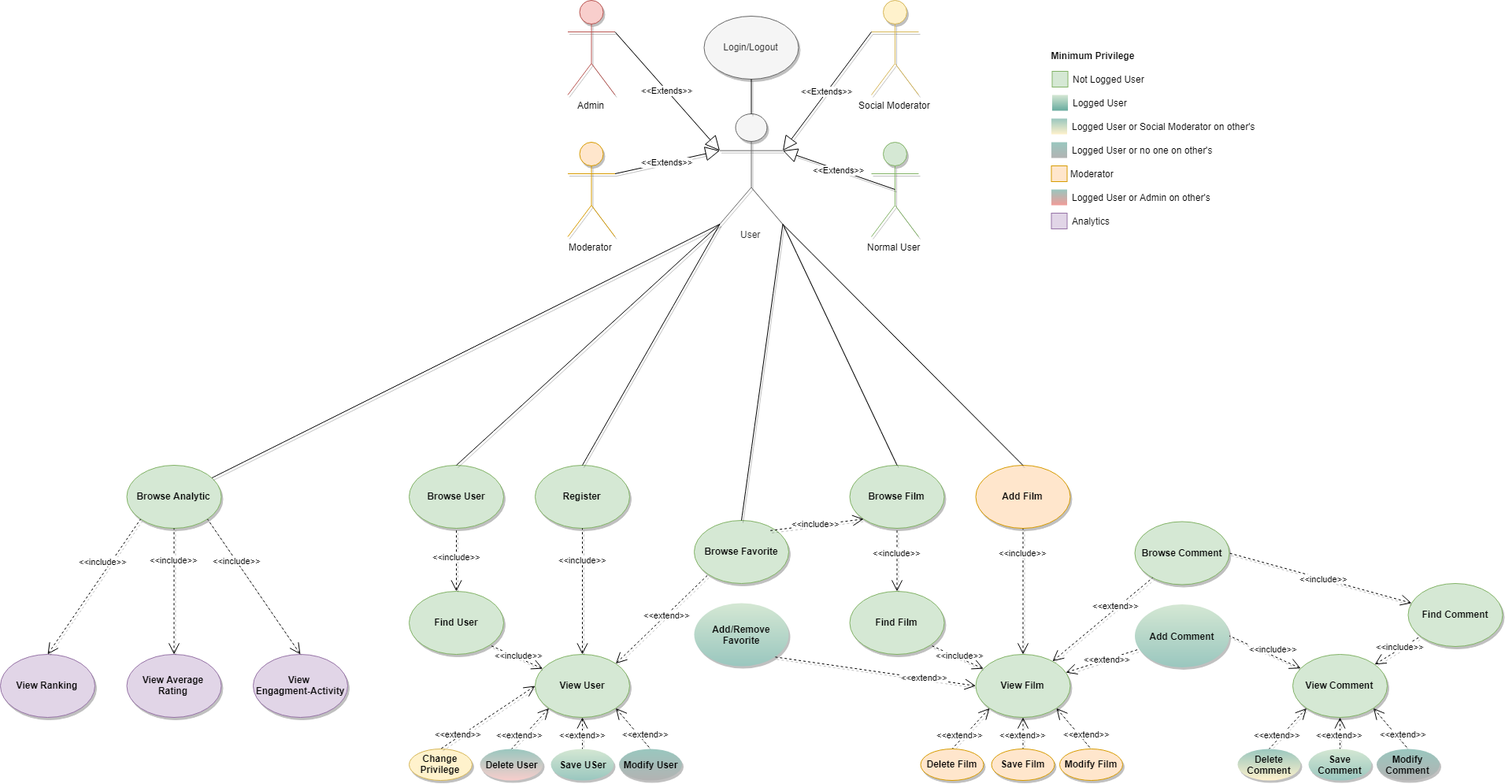
Earlier version of the draw.io export Task2/Documentation/Diagrams/Use Case.png (unipi-fr/LargeScaleMultiStructureDatabases). Source tidied: cells renumbered, new cells last; positions are measured from the earlier drawing's top-left corner, leaving out a move shared by most shapes.
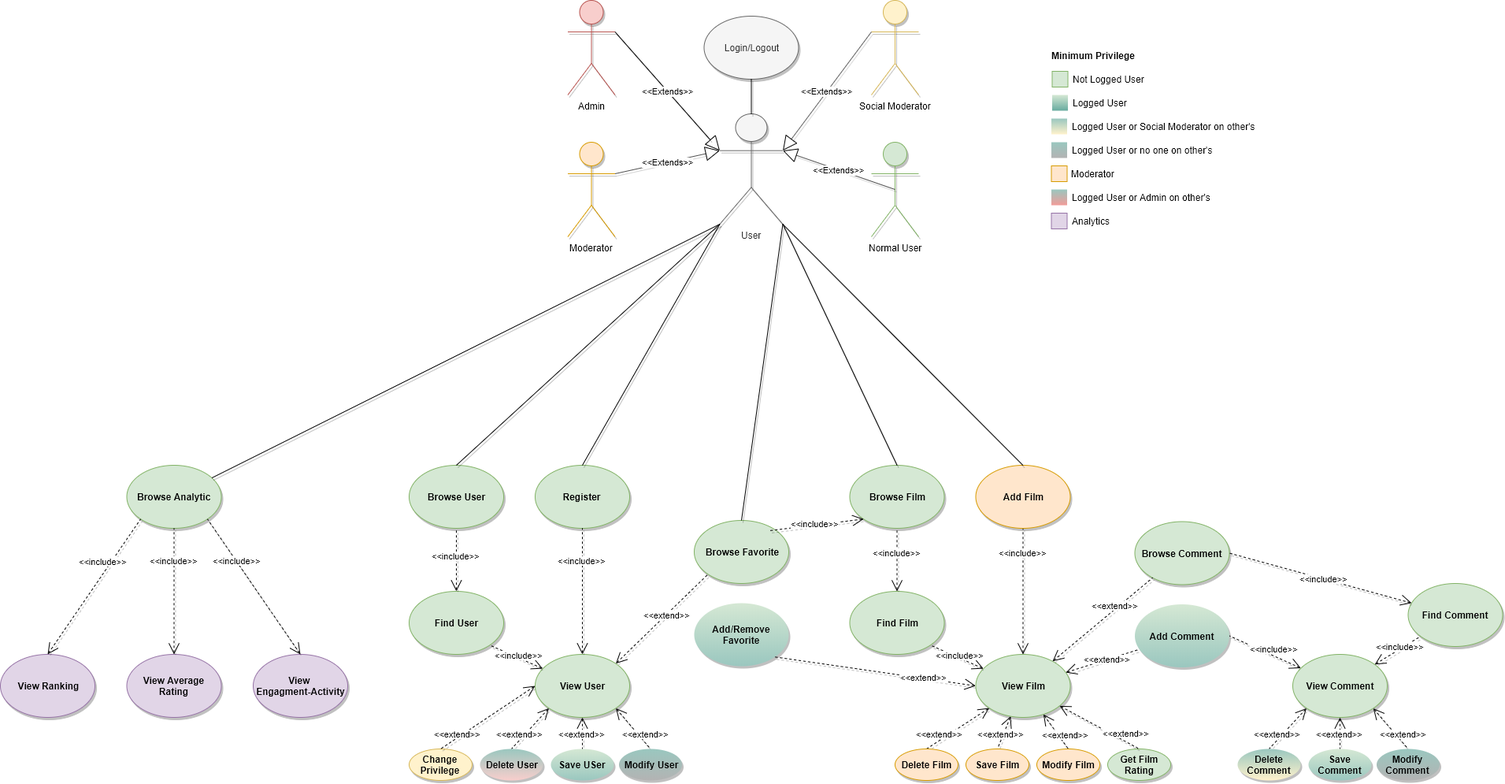
Later version of the same file.

Commit message:
Diagrammi aggiornati

What changed in the source:
```diff
@@ -103,26 +103,26 @@
     <mxCell id="34" value="&lt;span style=&quot;background-color: rgb(255 , 255 , 255)&quot;&gt;&amp;lt;&amp;lt;include&amp;gt;&amp;gt;&lt;/span&gt;" style="edgeStyle=none;html=1;startArrow=open;endArrow=none;startSize=12;verticalAlign=bottom;dashed=1;labelBackgroundColor=none;entryX=0.5;entryY=1;entryDx=0;entryDy=0;exitX=0.5;exitY=0;exitDx=0;exitDy=0;shadow=1;" parent="1" edge="1" source="38" target="43">
       <mxGeometry x="0.5" relative="1" as="geometry" />
     </mxCell>
-    <mxCell id="35" value="&lt;span style=&quot;background-color: rgb(255 , 255 , 255)&quot;&gt;&amp;lt;&amp;lt;extend&amp;gt;&amp;gt;&lt;/span&gt;" style="edgeStyle=none;html=1;startArrow=open;endArrow=none;startSize=12;verticalAlign=bottom;dashed=1;labelBackgroundColor=none;exitX=0;exitY=1;exitDx=0;exitDy=0;entryX=0.5;entryY=0;entryDx=0;entryDy=0;shadow=1;" parent="1" edge="1" source="38" target="39">
+    <mxCell id="35" value="&lt;span style=&quot;background-color: rgb(255 , 255 , 255)&quot;&gt;&amp;lt;&amp;lt;extend&amp;gt;&amp;gt;&lt;/span&gt;" style="edgeStyle=none;html=1;startArrow=open;endArrow=none;startSize=12;verticalAlign=bottom;dashed=1;labelBackgroundColor=none;entryX=0.5;entryY=0;entryDx=0;entryDy=0;shadow=1;" parent="1" edge="1" source="38" target="39">
       <mxGeometry x="0.6" y="1" relative="1" as="geometry" />
     </mxCell>
-    <mxCell id="36" value="&lt;span style=&quot;background-color: rgb(255 , 255 , 255)&quot;&gt;&amp;lt;&amp;lt;extend&amp;gt;&amp;gt;&lt;/span&gt;" style="edgeStyle=none;html=1;startArrow=open;endArrow=none;startSize=12;verticalAlign=bottom;dashed=1;labelBackgroundColor=none;entryX=0.5;entryY=0;entryDx=0;entryDy=0;exitX=0.5;exitY=1;exitDx=0;exitDy=0;shadow=1;" parent="1" edge="1" source="38" target="40">
+    <mxCell id="36" value="&lt;span style=&quot;background-color: rgb(255 , 255 , 255)&quot;&gt;&amp;lt;&amp;lt;extend&amp;gt;&amp;gt;&lt;/span&gt;" style="edgeStyle=none;html=1;startArrow=open;endArrow=none;startSize=12;verticalAlign=bottom;dashed=1;labelBackgroundColor=none;entryX=0.5;entryY=0;entryDx=0;entryDy=0;shadow=1;" parent="1" edge="1" source="38" target="40">
       <mxGeometry x="0.5" relative="1" as="geometry" />
     </mxCell>
-    <mxCell id="37" value="&lt;span style=&quot;background-color: rgb(255 , 255 , 255)&quot;&gt;&amp;lt;&amp;lt;extend&amp;gt;&amp;gt;&lt;/span&gt;" style="edgeStyle=none;html=1;startArrow=open;endArrow=none;startSize=12;verticalAlign=bottom;dashed=1;labelBackgroundColor=none;entryX=0.5;entryY=0;entryDx=0;entryDy=0;exitX=1;exitY=1;exitDx=0;exitDy=0;shadow=1;" parent="1" edge="1" source="38" target="41">
+    <mxCell id="37" value="&lt;span style=&quot;background-color: rgb(255 , 255 , 255)&quot;&gt;&amp;lt;&amp;lt;extend&amp;gt;&amp;gt;&lt;/span&gt;" style="edgeStyle=none;html=1;startArrow=open;endArrow=none;startSize=12;verticalAlign=bottom;dashed=1;labelBackgroundColor=none;entryX=0.5;entryY=0;entryDx=0;entryDy=0;shadow=1;" parent="1" edge="1" source="38" target="41">
       <mxGeometry x="0.65" y="2" relative="1" as="geometry" />
     </mxCell>
     <mxCell id="38" value="View Film" style="ellipse;whiteSpace=wrap;html=1;fontStyle=1;fillColor=#d5e8d4;strokeColor=#82b366;shadow=1;" parent="1" vertex="1">
       <mxGeometry x="1238.5" y="830" width="120" height="80" as="geometry" />
     </mxCell>
     <mxCell id="39" value="Delete Film" style="ellipse;whiteSpace=wrap;html=1;fontStyle=1;fillColor=#ffe6cc;strokeColor=#d79b00;shadow=1;" parent="1" vertex="1">
-      <mxGeometry x="1168.5" y="950" width="80" height="40" as="geometry" />
+      <mxGeometry x="1136" y="950" width="80" height="40" as="geometry" />
     </mxCell>
     <mxCell id="40" value="Save Film" style="ellipse;whiteSpace=wrap;html=1;fontStyle=1;fillColor=#ffe6cc;strokeColor=#d79b00;shadow=1;" parent="1" vertex="1">
-      <mxGeometry x="1258.5" y="950" width="80" height="40" as="geometry" />
+      <mxGeometry x="1226" y="950" width="80" height="40" as="geometry" />
     </mxCell>
     <mxCell id="41" value="Modify Film" style="ellipse;whiteSpace=wrap;html=1;fontStyle=1;fillColor=#ffe6cc;strokeColor=#d79b00;shadow=1;" parent="1" vertex="1">
-      <mxGeometry x="1345" y="950" width="80" height="40" as="geometry" />
+      <mxGeometry x="1316" y="950" width="80" height="40" as="geometry" />
     </mxCell>
     <mxCell id="42" value="Find Film" style="ellipse;whiteSpace=wrap;html=1;fontStyle=1;fillColor=#d5e8d4;strokeColor=#82b366;shadow=1;" parent="1" vertex="1">
       <mxGeometry x="1078.5" y="750" width="120" height="80" as="geometry" />
@@ -271,5 +271,11 @@
         <mxPoint y="1" as="offset" />
       </mxGeometry>
     </mxCell>
+    <mxCell id="89" value="Get Film Rating" style="ellipse;whiteSpace=wrap;html=1;fontStyle=1;fillColor=#d5e8d4;strokeColor=#82b366;shadow=1;" parent="1" vertex="1">
+      <mxGeometry x="1406" y="950" width="80" height="40" as="geometry" />
+    </mxCell>
+    <mxCell id="90" value="&lt;span style=&quot;background-color: rgb(255 , 255 , 255)&quot;&gt;&amp;lt;&amp;lt;extend&amp;gt;&amp;gt;&lt;/span&gt;" style="edgeStyle=none;html=1;startArrow=open;endArrow=none;startSize=12;verticalAlign=bottom;dashed=1;labelBackgroundColor=none;entryX=0.5;entryY=0;entryDx=0;entryDy=0;shadow=1;" parent="1" edge="1" source="38" target="89">
+      <mxGeometry x="0.65" y="2" relative="1" as="geometry" />
+    </mxCell>
   </root>
 </mxGraphModel>
```
